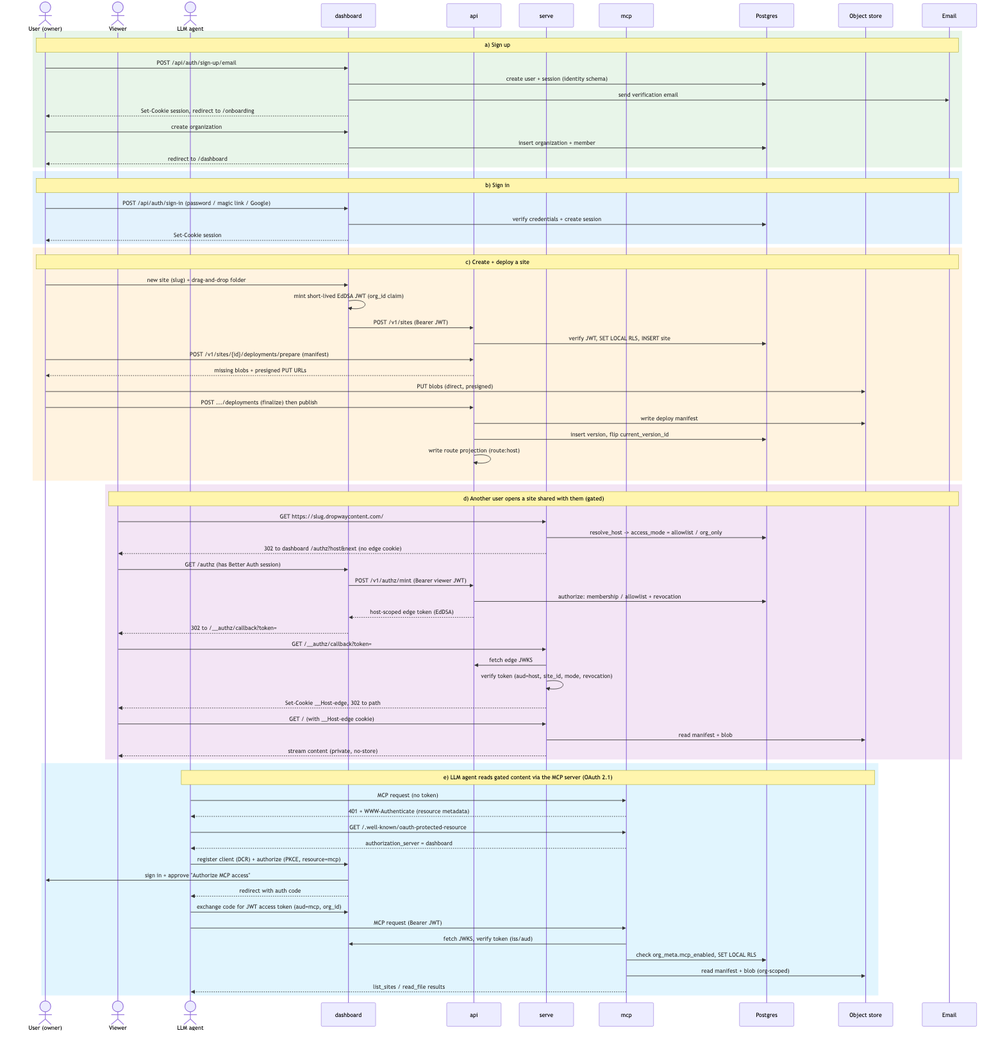
This is docs/diagrams/sequence.png from danielpang/dropway, a Mermaid export, as it was before one commit. Its source is kept beside it as docs/diagrams/sequence.mmd.
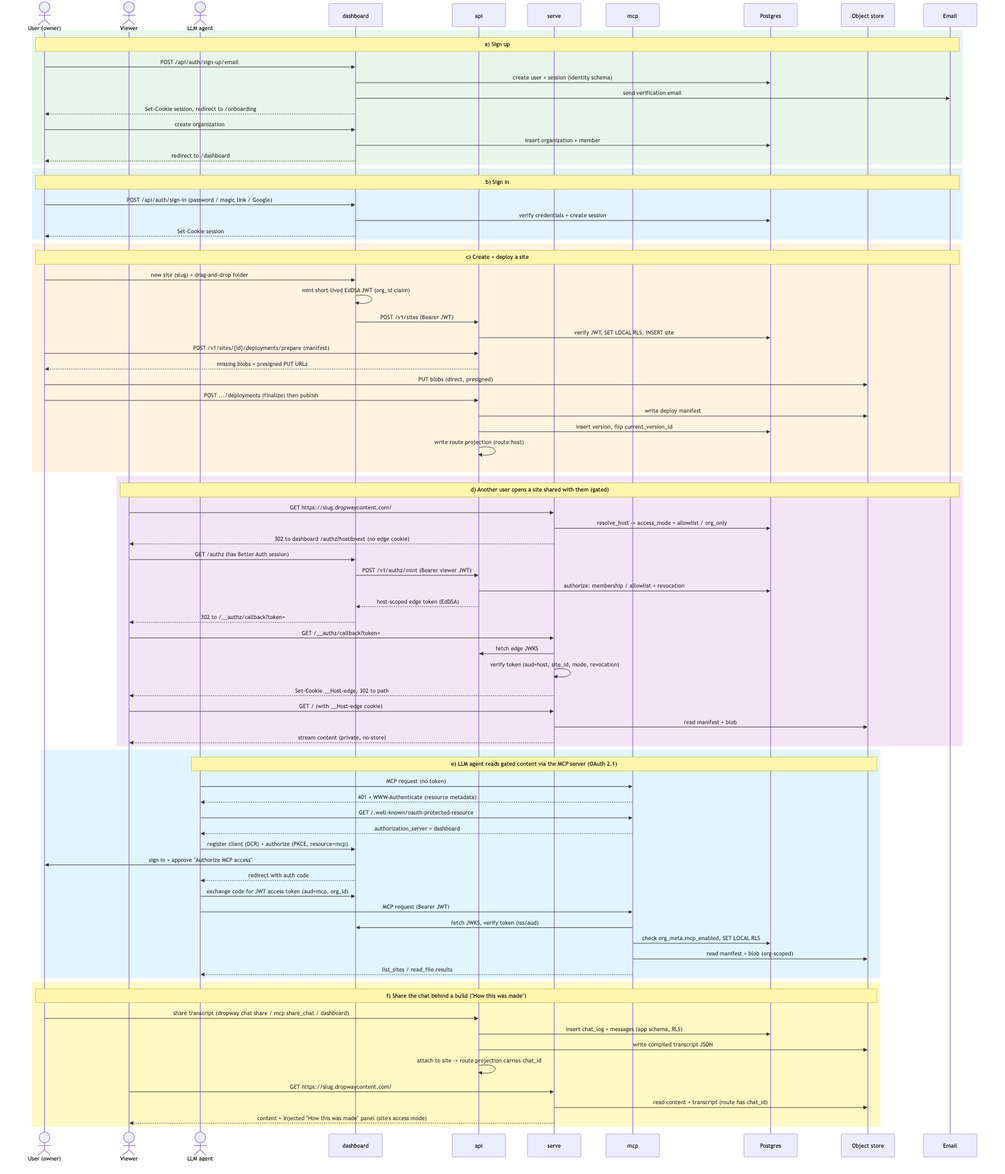
Later version of the same file.

Commit message:
docs: add skills + chat sharing to diagrams; split components into self-host and cloud

Diff of the diagram source:
```diff
@@ -78,3 +78,14 @@
     MCP->>OS: read manifest + blob (org-scoped)
     MCP-->>L: list_sites / read_file results
   end
+
+  rect rgb(255,249,196)
+    note over U,OS: f) Share the chat behind a build ("How this was made")
+    U->>A: share transcript (dropway chat share / mcp share_chat / dashboard)
+    A->>PG: insert chat_log + messages (app schema, RLS)
+    A->>OS: write compiled transcript JSON
+    A->>A: attach to site -> route projection carries chat_id
+    V->>S: GET https://slug.dropwaycontent.com/
+    S->>OS: read content + transcript (route has chat_id)
+    S-->>V: content + injected "How this was made" panel (site's access mode)
+  end
```
